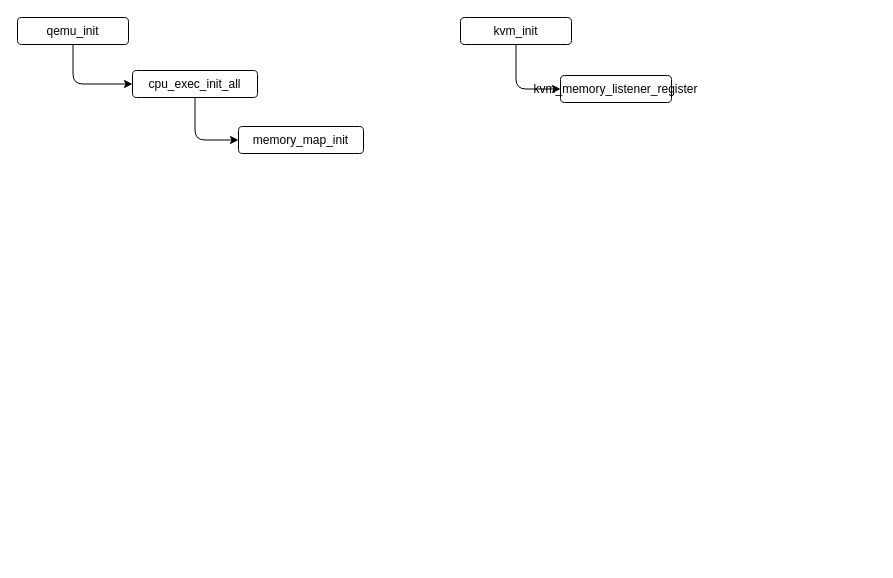
Above: usbDrv/kvm-qemu添加内存.drawio in ray-jk-hong/examples (draw.io), before the change. Source tidied: cells renumbered, new cells numbered last; positions are measured from the earlier drawing's top-left corner, leaving out a move shared by most shapes. Both pictures are drawn from the tidied source at 100%, with x=0, y=0 at pixel (17, 17).
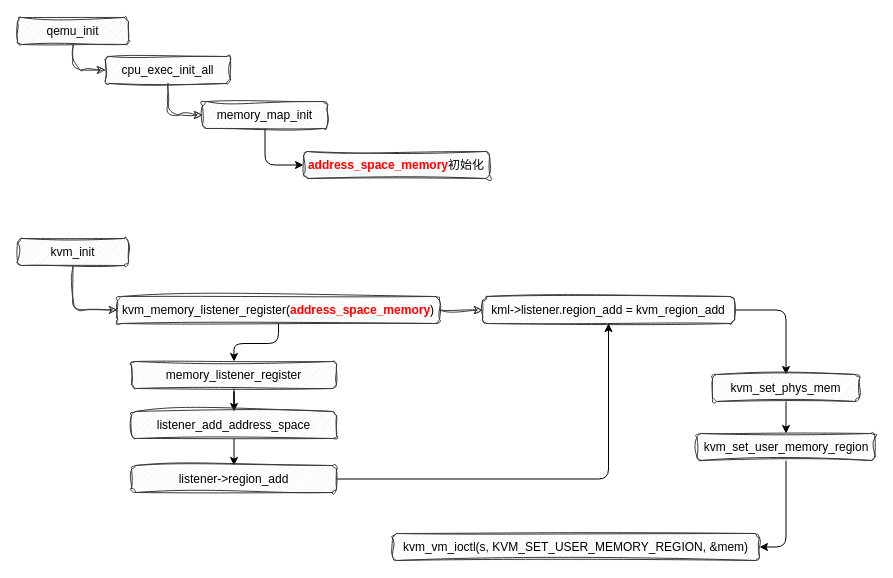
The same page after the edit.

Commit message (it also covers changes not shown here):
更新kvm-qemu添加内存.drawio

Change to the diagram source:
```diff
@@
-    <mxCell id="2" style="edgeStyle=orthogonalEdgeStyle;rounded=1;jettySize=auto;html=1;exitX=0.5;exitY=1;exitDx=0;exitDy=0;entryX=0;entryY=0.5;entryDx=0;entryDy=0;curved=0;" parent="1" edge="1" source="3" target="5">
+    <mxCell id="2" style="edgeStyle=orthogonalEdgeStyle;rounded=1;jettySize=auto;html=1;exitX=0.5;exitY=1;exitDx=0;exitDy=0;entryX=0;entryY=0.5;entryDx=0;entryDy=0;curved=0;sketch=1;curveFitting=1;jiggle=2;fillColor=#eeeeee;strokeColor=#36393d;" parent="1" edge="1" source="3" target="5">
       <mxGeometry relative="1" as="geometry" />
     </mxCell>
-    <mxCell id="3" value="qemu_init" style="rounded=1;whiteSpace=wrap;html=1;" parent="1" vertex="1">
+    <mxCell id="3" value="qemu_init" style="rounded=1;whiteSpace=wrap;html=1;sketch=1;curveFitting=1;jiggle=2;fillColor=#eeeeee;strokeColor=#36393d;" parent="1" vertex="1">
       <mxGeometry width="111" height="27" as="geometry" />
     </mxCell>
-    <mxCell id="4" style="edgeStyle=orthogonalEdgeStyle;rounded=1;jettySize=auto;html=1;exitX=0.5;exitY=1;exitDx=0;exitDy=0;entryX=0;entryY=0.5;entryDx=0;entryDy=0;curved=0;" parent="1" edge="1" source="5" target="6">
+    <mxCell id="4" style="edgeStyle=orthogonalEdgeStyle;rounded=1;jettySize=auto;html=1;exitX=0.5;exitY=1;exitDx=0;exitDy=0;entryX=0;entryY=0.5;entryDx=0;entryDy=0;curved=0;sketch=1;curveFitting=1;jiggle=2;fillColor=#eeeeee;strokeColor=#36393d;" parent="1" edge="1" source="5" target="6">
       <mxGeometry relative="1" as="geometry" />
     </mxCell>
-    <mxCell id="5" value="cpu_exec_init_all" style="rounded=1;whiteSpace=wrap;html=1;" parent="1" vertex="1">
-      <mxGeometry x="115" y="53" width="125" height="27" as="geometry" />
+    <mxCell id="5" value="cpu_exec_init_all" style="rounded=1;whiteSpace=wrap;html=1;sketch=1;curveFitting=1;jiggle=2;fillColor=#eeeeee;strokeColor=#36393d;" parent="1" vertex="1">
+      <mxGeometry x="88" y="39" width="125" height="27" as="geometry" />
     </mxCell>
+    <mxCell id="10" style="edgeStyle=orthogonalEdgeStyle;rounded=1;jettySize=auto;html=1;exitX=0.5;exitY=1;exitDx=0;exitDy=0;entryX=0;entryY=0.5;entryDx=0;entryDy=0;curved=0;" parent="1" edge="1" source="6" target="21">
+      <mxGeometry relative="1" as="geometry" />
+    </mxCell>
-    <mxCell id="6" value="memory_map_init" style="rounded=1;whiteSpace=wrap;html=1;" parent="1" vertex="1">
-      <mxGeometry x="221" y="109" width="125" height="27" as="geometry" />
+    <mxCell id="6" value="memory_map_init" style="rounded=1;whiteSpace=wrap;html=1;sketch=1;curveFitting=1;jiggle=2;fillColor=#eeeeee;strokeColor=#36393d;" parent="1" vertex="1">
+      <mxGeometry x="185" y="84" width="125" height="27" as="geometry" />
     </mxCell>
-    <mxCell id="7" style="edgeStyle=orthogonalEdgeStyle;rounded=1;jettySize=auto;html=1;exitX=0.5;exitY=1;exitDx=0;exitDy=0;entryX=0;entryY=0.5;entryDx=0;entryDy=0;curved=0;" parent="1" edge="1" source="8" target="9">
+    <mxCell id="7" style="edgeStyle=orthogonalEdgeStyle;rounded=1;jettySize=auto;html=1;exitX=0.5;exitY=1;exitDx=0;exitDy=0;entryX=0;entryY=0.5;entryDx=0;entryDy=0;curved=0;sketch=1;curveFitting=1;jiggle=2;fillColor=#eeeeee;strokeColor=#36393d;" parent="1" edge="1" source="8" target="9">
       <mxGeometry relative="1" as="geometry" />
     </mxCell>
-    <mxCell id="8" value="kvm_init" style="rounded=1;whiteSpace=wrap;html=1;" parent="1" vertex="1">
-      <mxGeometry x="443" width="111" height="27" as="geometry" />
+    <mxCell id="8" value="kvm_init" style="rounded=1;whiteSpace=wrap;html=1;fillColor=#eeeeee;strokeColor=#36393d;glass=0;shadow=0;sketch=1;curveFitting=1;jiggle=2;" parent="1" vertex="1">
+      <mxGeometry y="221" width="111" height="27" as="geometry" />
     </mxCell>
+    <mxCell id="11" style="edgeStyle=orthogonalEdgeStyle;rounded=1;jettySize=auto;html=1;exitX=1;exitY=0.5;exitDx=0;exitDy=0;entryX=0;entryY=0.5;entryDx=0;entryDy=0;curved=0;sketch=1;curveFitting=1;jiggle=2;fillColor=#eeeeee;strokeColor=#36393d;" parent="1" edge="1" source="9" target="14">
+      <mxGeometry relative="1" as="geometry" />
+    </mxCell>
+    <mxCell id="12" style="edgeStyle=orthogonalEdgeStyle;rounded=1;jettySize=auto;html=1;exitX=0.5;exitY=1;exitDx=0;exitDy=0;curved=0;" parent="1" edge="1" source="9" target="16">
+      <mxGeometry relative="1" as="geometry" />
+    </mxCell>
-    <mxCell id="9" value="kvm_memory_listener_register" style="rounded=1;whiteSpace=wrap;html=1;" parent="1" vertex="1">
-      <mxGeometry x="543" y="58" width="111" height="27" as="geometry" />
+    <mxCell id="9" value="kvm_memory_listener_register(&lt;b&gt;&lt;font color=&quot;#ff0000&quot;&gt;address_space_memory&lt;/font&gt;&lt;/b&gt;)" style="rounded=1;whiteSpace=wrap;html=1;sketch=1;curveFitting=1;jiggle=2;fillColor=#eeeeee;strokeColor=#36393d;" parent="1" vertex="1">
+      <mxGeometry x="100" y="279" width="322" height="27" as="geometry" />
     </mxCell>
+    <mxCell id="13" style="edgeStyle=orthogonalEdgeStyle;rounded=1;jettySize=auto;html=1;exitX=1;exitY=0.5;exitDx=0;exitDy=0;entryX=0.5;entryY=0;entryDx=0;entryDy=0;curved=0;" parent="1" edge="1" source="14" target="23">
+      <mxGeometry relative="1" as="geometry" />
+    </mxCell>
+    <mxCell id="14" value="kml-&amp;gt;listener.region_add = kvm_region_add" style="rounded=1;whiteSpace=wrap;html=1;sketch=1;curveFitting=1;jiggle=2;fillColor=#eeeeee;strokeColor=#36393d;glass=0;shadow=0;" parent="1" vertex="1">
+      <mxGeometry x="465" y="279" width="252" height="27" as="geometry" />
+    </mxCell>
+    <mxCell id="15" style="edgeStyle=orthogonalEdgeStyle;rounded=0;jettySize=auto;html=1;exitX=0.5;exitY=1;exitDx=0;exitDy=0;" parent="1" edge="1" source="16" target="18">
+      <mxGeometry relative="1" as="geometry" />
+    </mxCell>
+    <mxCell id="16" value="memory_listener_register" style="rounded=1;whiteSpace=wrap;html=1;sketch=1;curveFitting=1;jiggle=2;fillColor=#eeeeee;strokeColor=#36393d;glass=0;shadow=0;" parent="1" vertex="1">
+      <mxGeometry x="114" y="344" width="205" height="27" as="geometry" />
+    </mxCell>
+    <mxCell id="17" style="edgeStyle=orthogonalEdgeStyle;rounded=0;jettySize=auto;html=1;exitX=0.5;exitY=1;exitDx=0;exitDy=0;entryX=0.5;entryY=0;entryDx=0;entryDy=0;" parent="1" edge="1" source="18" target="20">
+      <mxGeometry relative="1" as="geometry" />
+    </mxCell>
+    <mxCell id="18" value="&lt;font style=&quot;&quot;&gt;listener_add_address_space&lt;/font&gt;" style="rounded=1;whiteSpace=wrap;html=1;sketch=1;curveFitting=1;jiggle=2;fillColor=#eeeeee;strokeColor=#36393d;glass=0;shadow=0;fontColor=#000000;" parent="1" vertex="1">
+      <mxGeometry x="114" y="394" width="205" height="27" as="geometry" />
+    </mxCell>
+    <mxCell id="19" style="edgeStyle=orthogonalEdgeStyle;rounded=1;jettySize=auto;html=1;exitX=1;exitY=0.5;exitDx=0;exitDy=0;entryX=0.5;entryY=1;entryDx=0;entryDy=0;curved=0;" parent="1" edge="1" source="20" target="14">
+      <mxGeometry relative="1" as="geometry" />
+    </mxCell>
+    <mxCell id="20" value="listener-&amp;gt;region_add" style="rounded=1;whiteSpace=wrap;html=1;sketch=1;curveFitting=1;jiggle=2;fillColor=#eeeeee;strokeColor=#36393d;glass=0;shadow=0;" parent="1" vertex="1">
+      <mxGeometry x="114" y="448" width="205" height="27" as="geometry" />
+    </mxCell>
+    <mxCell id="21" value="&lt;b&gt;&lt;font color=&quot;#ff0000&quot;&gt;address_space_memory&lt;/font&gt;&lt;/b&gt;初始化" style="rounded=1;whiteSpace=wrap;html=1;sketch=1;curveFitting=1;jiggle=2;fillColor=#eeeeee;strokeColor=#36393d;" parent="1" vertex="1">
+      <mxGeometry x="286" y="134" width="186" height="27" as="geometry" />
+    </mxCell>
+    <mxCell id="22" style="edgeStyle=orthogonalEdgeStyle;rounded=1;jettySize=auto;html=1;exitX=0.5;exitY=1;exitDx=0;exitDy=0;entryX=0.5;entryY=0;entryDx=0;entryDy=0;curved=0;" parent="1" edge="1" source="23" target="25">
+      <mxGeometry relative="1" as="geometry" />
+    </mxCell>
+    <mxCell id="23" value="kvm_set_phys_mem" style="rounded=1;whiteSpace=wrap;html=1;sketch=1;curveFitting=1;jiggle=2;fillColor=#eeeeee;strokeColor=#36393d;glass=0;shadow=0;" parent="1" vertex="1">
+      <mxGeometry x="695" y="357" width="147" height="27" as="geometry" />
+    </mxCell>
+    <mxCell id="24" style="edgeStyle=orthogonalEdgeStyle;rounded=1;jettySize=auto;html=1;exitX=0.5;exitY=1;exitDx=0;exitDy=0;entryX=1;entryY=0.5;entryDx=0;entryDy=0;curved=0;" parent="1" edge="1" source="25" target="26">
+      <mxGeometry relative="1" as="geometry" />
+    </mxCell>
+    <mxCell id="25" value="kvm_set_user_memory_region" style="rounded=1;whiteSpace=wrap;html=1;sketch=1;curveFitting=1;jiggle=2;fillColor=#eeeeee;strokeColor=#36393d;glass=0;shadow=0;" parent="1" vertex="1">
+      <mxGeometry x="679.5" y="416" width="178" height="27" as="geometry" />
+    </mxCell>
+    <mxCell id="26" value="kvm_vm_ioctl(s, KVM_SET_USER_MEMORY_REGION, &amp;amp;mem)" style="rounded=1;whiteSpace=wrap;html=1;sketch=1;curveFitting=1;jiggle=2;fillColor=#eeeeee;strokeColor=#36393d;glass=0;shadow=0;" parent="1" vertex="1">
+      <mxGeometry x="375" y="516" width="367" height="27" as="geometry" />
+    </mxCell>
```
